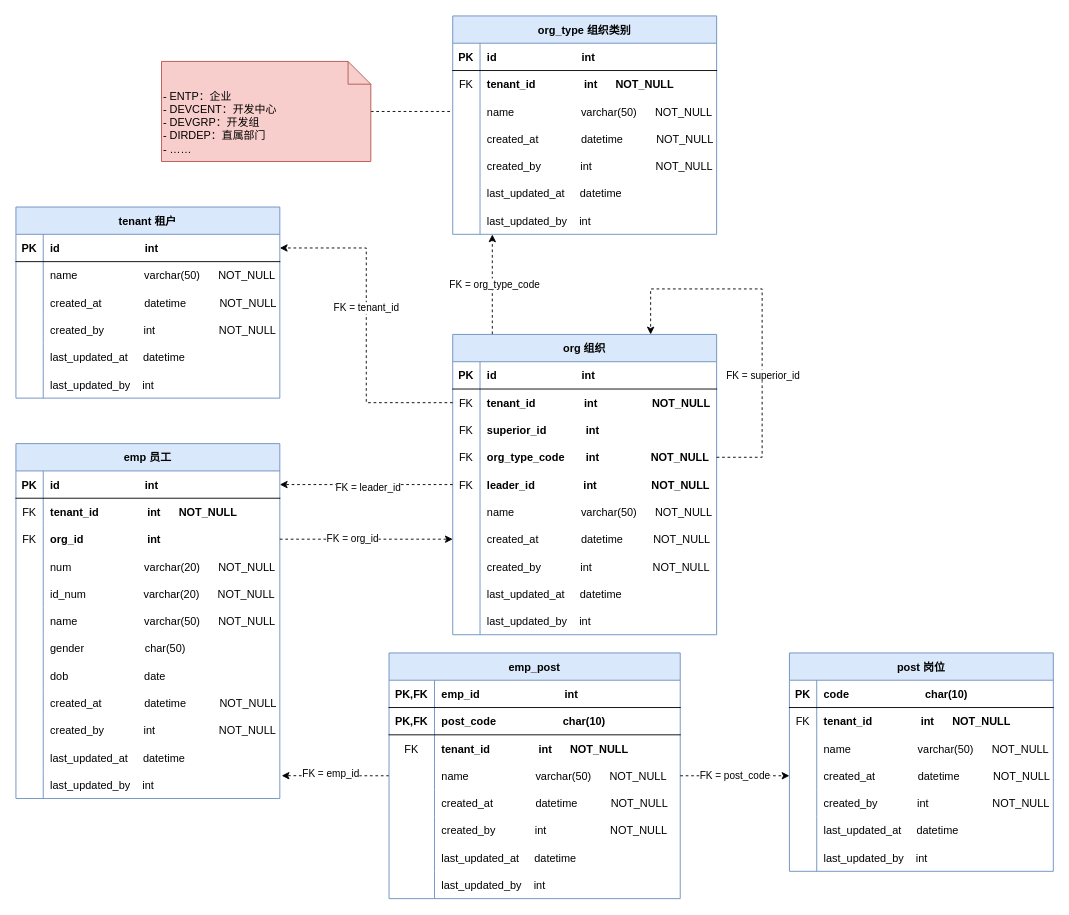
This is page "组织管理" (2 of 4) of aoe的DrawIO仓库/23/数据库设计.drawio from wyyl1/wyyl1.github.io, a draw.io file, before an edit. Source tidied: cells renumbered, new cells numbered last; positions are measured from the earlier drawing's top-left corner, leaving out a move shared by most shapes. Both pictures are drawn from the tidied source at 91%, with x=0, y=0 at pixel (15, 15).
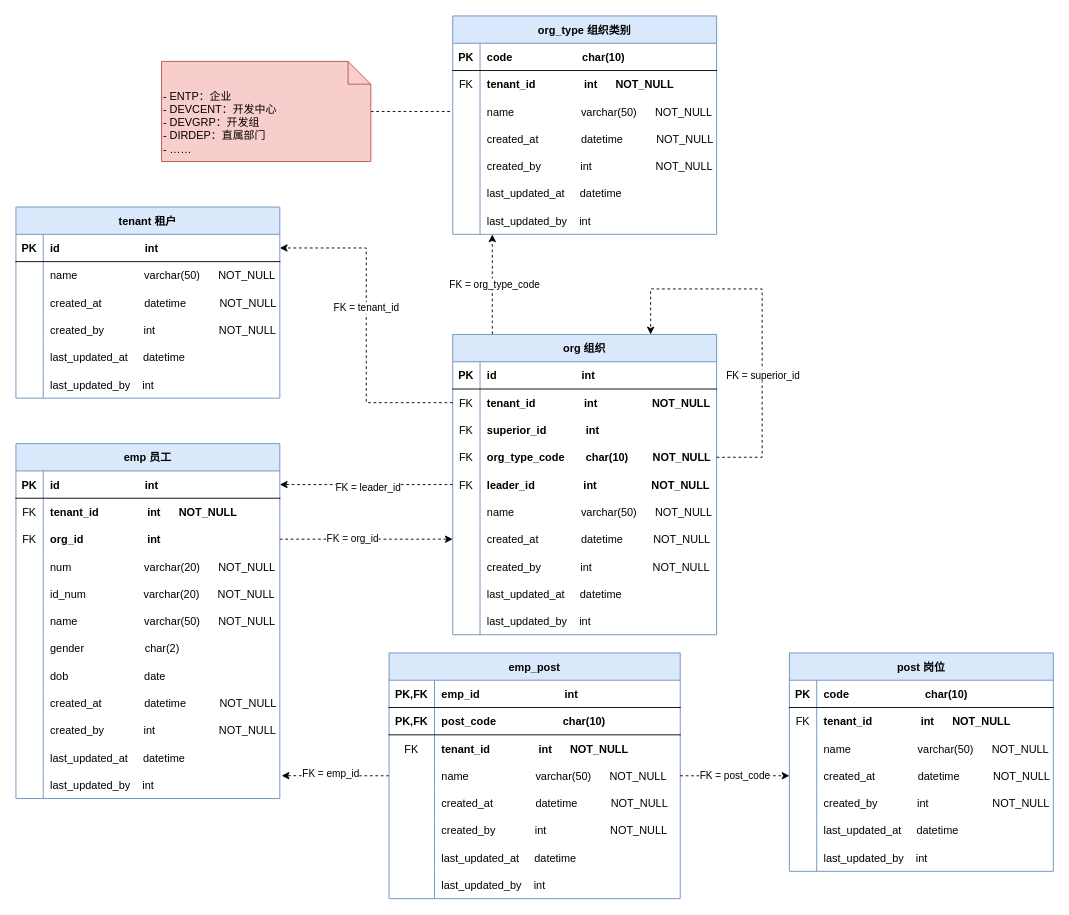
The same diagram, later.

The change refers to these unchanged cells:
```xml
<mxCell id="33" style="shape=tableRow;horizontal=0;startSize=0;swimlaneHead=0;swimlaneBody=0;fillColor=none;points=[[0,0.5],[1,0.5]];portConstraint=eastwest;top=0;left=0;right=0;bottom=0;" parent="23" vertex="1">
  <mxGeometry y="120" width="290" height="30" as="geometry" />
</mxCell>
<mxCell id="77" style="shape=tableRow;horizontal=0;startSize=0;swimlaneHead=0;swimlaneBody=0;fillColor=none;top=0;left=0;right=0;bottom=0;" parent="58" vertex="1">
  <mxGeometry y="210" width="290" height="30" as="geometry" />
</mxCell>
<mxCell id="100" style="shape=tableRow;horizontal=0;startSize=0;swimlaneHead=0;swimlaneBody=0;fillColor=none;top=0;left=0;right=0;bottom=1;" parent="99" vertex="1">
  <mxGeometry y="30" width="290" height="30" as="geometry" />
</mxCell>
```

Change to the diagram source:
```diff
@@
-    <mxCell id="35" value="org_type_code       int                 NOT_NULL" style="shape=partialRectangle;fillColor=none;top=0;left=0;bottom=0;right=0;align=left;spacingLeft=6;overflow=hidden;fontStyle=1;" parent="33" vertex="1">
+    <mxCell id="35" value="org_type_code       char(10)        NOT_NULL" style="shape=partialRectangle;fillColor=none;top=0;left=0;bottom=0;right=0;align=left;spacingLeft=6;overflow=hidden;fontStyle=1;" parent="33" vertex="1">
       <mxGeometry x="30" width="260" height="30" as="geometry" />
     </mxCell>
@@
-    <mxCell id="79" value="gender                    char(50)      " style="shape=partialRectangle;fillColor=none;top=0;left=0;bottom=0;right=0;align=left;spacingLeft=6;overflow=hidden;" parent="77" vertex="1">
+    <mxCell id="79" value="gender                    char(2)      " style="shape=partialRectangle;fillColor=none;top=0;left=0;bottom=0;right=0;align=left;spacingLeft=6;overflow=hidden;" parent="77" vertex="1">
       <mxGeometry x="30" width="260" height="30" as="geometry" />
     </mxCell>
@@
-    <mxCell id="102" value="id                            int" style="shape=partialRectangle;fillColor=none;top=0;left=0;bottom=0;right=0;align=left;spacingLeft=6;fontStyle=1;overflow=hidden;" parent="100" vertex="1">
+    <mxCell id="102" value="code                       char(10)" style="shape=partialRectangle;fillColor=none;top=0;left=0;bottom=0;right=0;align=left;spacingLeft=6;fontStyle=1;overflow=hidden;" parent="100" vertex="1">
       <mxGeometry x="30" width="260" height="30" as="geometry" />
     </mxCell>
```
